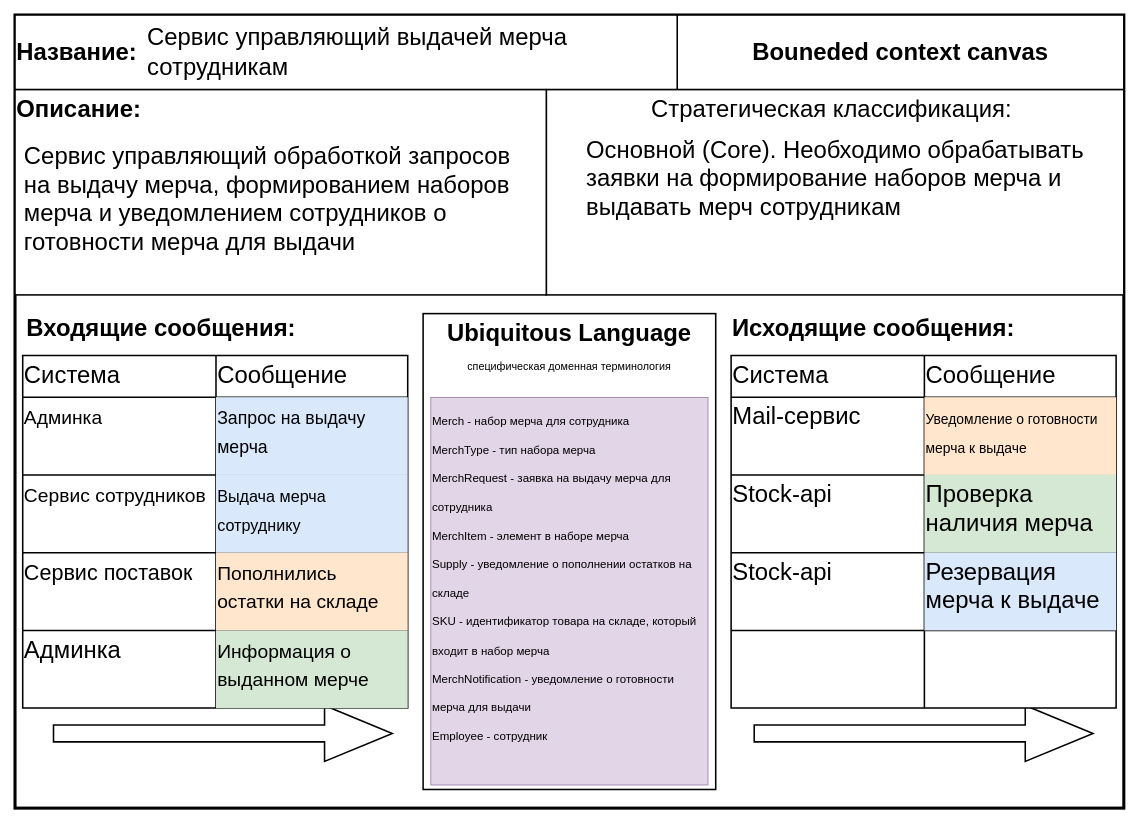
ozon-edu-csharp-2021/basygin keeps this draw.io diagram as bounded context canvas.drawio. Above is the earlier version. Source tidied: cells renumbered, new cells numbered last; positions are measured from the earlier drawing's top-left corner, leaving out a move shared by most shapes. Both pictures are drawn from the tidied source at 77%, with x=0, y=0 at pixel (15, 15).
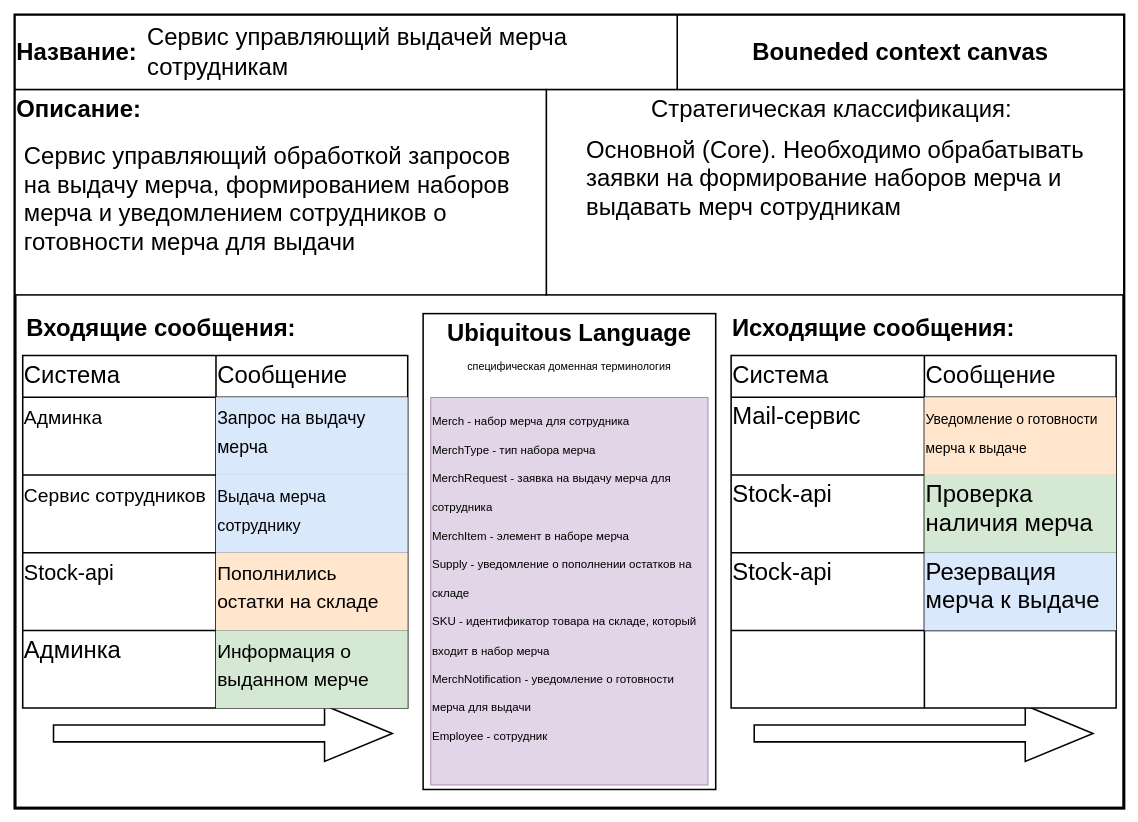
The same diagram, later.

Unchanged cells that the change refers to:
```xml
<mxCell id="19" style="shape=partialRectangle;html=1;whiteSpace=wrap;fillColor=none;top=0;left=0;bottom=0;right=0;rounded=0;shadow=0;glass=0;sketch=0;fontSize=31;strokeColor=default;strokeWidth=2;align=left;verticalAlign=top;" parent="9" vertex="1">
  <mxGeometry y="256" width="500" height="101" as="geometry" />
</mxCell>
```

The edit, as a diff of the source:
```diff
@@
-    <mxCell id="20" value="&lt;font style=&quot;font-size: 28px&quot;&gt;Сервис поставок&lt;/font&gt;" style="shape=partialRectangle;html=1;whiteSpace=wrap;fillColor=none;top=0;left=0;bottom=0;right=0;overflow=hidden;rounded=0;shadow=0;glass=0;sketch=0;fontSize=31;strokeColor=default;strokeWidth=2;align=left;verticalAlign=top;flipV=1;flipH=1;" parent="19" vertex="1">
+    <mxCell id="20" value="&lt;font style=&quot;font-size: 28px&quot;&gt;Stock-api&lt;/font&gt;" style="shape=partialRectangle;html=1;whiteSpace=wrap;fillColor=none;top=0;left=0;bottom=0;right=0;overflow=hidden;rounded=0;shadow=0;glass=0;sketch=0;fontSize=31;strokeColor=default;strokeWidth=2;align=left;verticalAlign=top;flipV=1;flipH=1;" parent="19" vertex="1">
       <mxGeometry width="251" height="101" as="geometry" />
     </mxCell>
```
